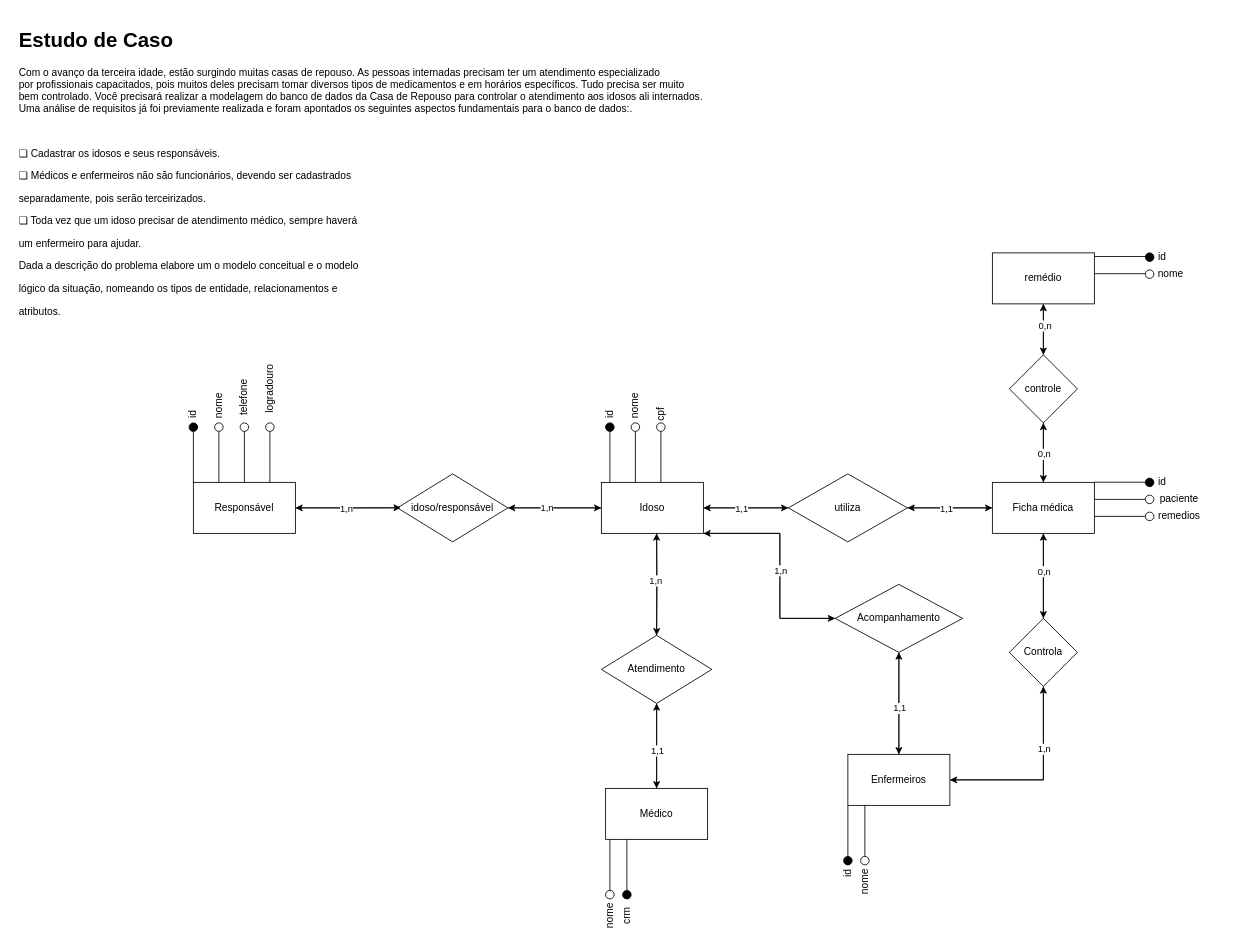
Above: :rocket: add md_aula4.drawio in deppbrazil/data-modeling (draw.io), before the change. Source tidied: cells renumbered, new cells numbered last; positions are measured from the earlier drawing's top-left corner, leaving out a move shared by most shapes. Both pictures are drawn from the tidied source at 85%, with x=0, y=0 at pixel (14, 23).
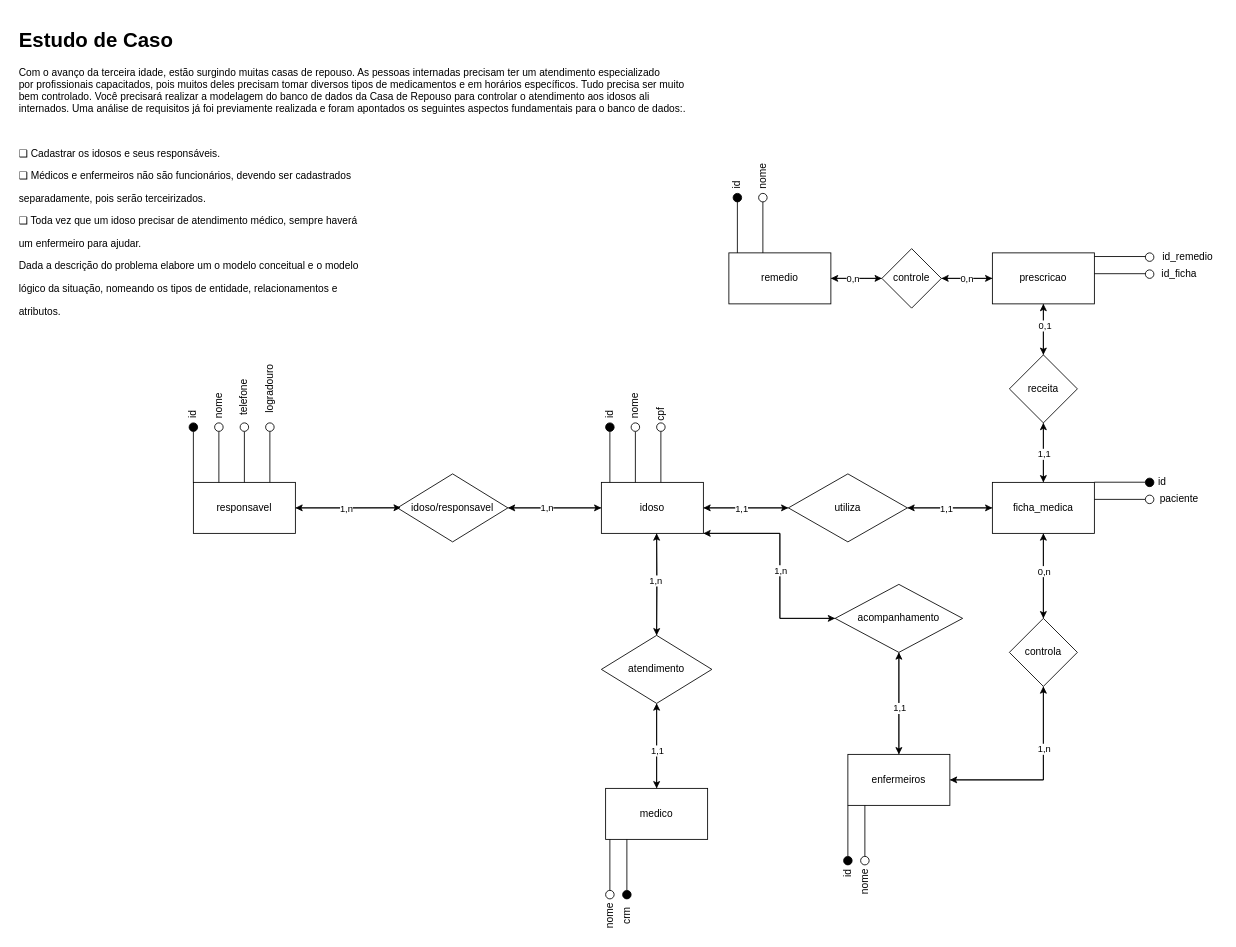
The same diagram, later.

The change refers to these unchanged cells:
```xml
<mxCell id="74" style="edgeStyle=orthogonalEdgeStyle;rounded=0;jettySize=auto;html=1;entryX=0.5;entryY=0;entryDx=0;entryDy=0;" parent="1" edge="1" source="76" target="16">
  <mxGeometry relative="1" as="geometry" />
</mxCell>
<mxCell id="77" style="edgeStyle=orthogonalEdgeStyle;rounded=0;jettySize=auto;html=1;entryX=0.5;entryY=0;entryDx=0;entryDy=0;" parent="1" edge="1" source="79" target="76">
  <mxGeometry relative="1" as="geometry" />
</mxCell>
```

Diff of the diagram source:
```diff
@@
     <mxCell id="3" value="&lt;h1&gt;Estudo de Caso&lt;/h1&gt;&lt;p&gt;Com o avanço da terceira idade, estão surgindo muitas casas de repouso. As&amp;nbsp;&lt;span&gt;pessoas internadas precisam ter um atendimento especializado por&amp;nbsp;&lt;/span&gt;&lt;span&gt;profissionais capacitados, pois muitos deles precisam tomar diversos tipos de&amp;nbsp;&lt;/span&gt;&lt;span&gt;medicamentos e em horários específicos. Tudo precisa ser muito bem&amp;nbsp;&lt;/span&gt;&lt;span&gt;controlado. Você precisará realizar a modelagem do banco de dados da Casa&amp;nbsp;&lt;/span&gt;&lt;span&gt;de Repouso para controlar o atendimento aos idosos ali internados. Uma&amp;nbsp;&lt;/span&gt;&lt;span&gt;análise de requisitos já foi previamente realizada e foram apontados os&amp;nbsp;&lt;/span&gt;&lt;span&gt;seguintes aspectos fundamentais para o banco de dados:&lt;/span&gt;&lt;span&gt;.&lt;/span&gt;&lt;/p&gt;&lt;p&gt;&lt;span&gt;&lt;br&gt;&lt;/span&gt;&lt;/p&gt;&lt;p&gt;❑ Cadastrar os idosos e seus responsáveis.&lt;/p&gt;&lt;p&gt;❑ Médicos e enfermeiros não são funcionários, devendo ser cadastrados&lt;/p&gt;&lt;p&gt;separadamente, pois serão terceirizados.&lt;/p&gt;&lt;p&gt;❑ Toda vez que um idoso precisar de atendimento médico, sempre haverá&lt;/p&gt;&lt;p&gt;um enfermeiro para ajudar.&lt;/p&gt;&lt;p&gt;Dada a descrição do problema elabore um o modelo conceitual e o modelo&lt;/p&gt;&lt;p&gt;lógico da situação, nomeando os tipos de entidade, relacionamentos e&lt;/p&gt;&lt;p&gt;&lt;/p&gt;&lt;p&gt;atributos.&lt;/p&gt;" style="text;html=1;strokeColor=none;fillColor=none;spacing=5;spacingTop=-20;whiteSpace=wrap;overflow=hidden;rounded=0;" parent="1" vertex="1">
-      <mxGeometry width="840" height="350" as="geometry" />
+      <mxGeometry width="810" height="350" as="geometry" />
     </mxCell>
@@
-    <mxCell id="6" value="Idoso" style="rounded=0;whiteSpace=wrap;html=1;" parent="1" vertex="1">
+    <mxCell id="6" value="idoso" style="rounded=0;whiteSpace=wrap;html=1;" parent="1" vertex="1">
       <mxGeometry x="690" y="540" width="120" height="60" as="geometry" />
     </mxCell>
@@
-    <mxCell id="16" value="Ficha médica" style="whiteSpace=wrap;html=1;rounded=0;" parent="1" vertex="1">
+    <mxCell id="16" value="ficha_medica" style="whiteSpace=wrap;html=1;rounded=0;" parent="1" vertex="1">
       <mxGeometry x="1150" y="540" width="120" height="60" as="geometry" />
     </mxCell>
@@
-    <mxCell id="18" value="Médico" style="rounded=0;whiteSpace=wrap;html=1;" parent="1" vertex="1">
+    <mxCell id="18" value="medico" style="rounded=0;whiteSpace=wrap;html=1;" parent="1" vertex="1">
       <mxGeometry x="695" y="900" width="120" height="60" as="geometry" />
     </mxCell>
@@
-    <mxCell id="23" value="Atendimento" style="rhombus;whiteSpace=wrap;html=1;rounded=0;" parent="1" vertex="1">
+    <mxCell id="23" value="atendimento" style="rhombus;whiteSpace=wrap;html=1;rounded=0;" parent="1" vertex="1">
       <mxGeometry x="690" y="720" width="130" height="80" as="geometry" />
     </mxCell>
@@
-    <mxCell id="26" value="Enfermeiros" style="rounded=0;whiteSpace=wrap;html=1;" parent="1" vertex="1">
+    <mxCell id="26" value="enfermeiros" style="rounded=0;whiteSpace=wrap;html=1;" parent="1" vertex="1">
       <mxGeometry x="980" y="860" width="120" height="60" as="geometry" />
     </mxCell>
@@
-    <mxCell id="30" value="Acompanhamento" style="rhombus;whiteSpace=wrap;html=1;rounded=0;" parent="1" vertex="1">
+    <mxCell id="30" value="acompanhamento" style="rhombus;whiteSpace=wrap;html=1;rounded=0;" parent="1" vertex="1">
       <mxGeometry x="965" y="660" width="150" height="80" as="geometry" />
     </mxCell>
@@
-    <mxCell id="34" value="&lt;span&gt;idoso/responsável&lt;/span&gt;" style="rhombus;whiteSpace=wrap;html=1;rounded=0;" parent="1" vertex="1">
+    <mxCell id="34" value="&lt;span&gt;idoso/responsavel&lt;/span&gt;" style="rhombus;whiteSpace=wrap;html=1;rounded=0;" parent="1" vertex="1">
       <mxGeometry x="450" y="530" width="130" height="80" as="geometry" />
     </mxCell>
@@
-    <mxCell id="37" value="&lt;span&gt;Responsável&lt;/span&gt;" style="whiteSpace=wrap;html=1;rounded=0;" parent="1" vertex="1">
+    <mxCell id="37" value="&lt;span&gt;responsavel&lt;/span&gt;" style="whiteSpace=wrap;html=1;rounded=0;" parent="1" vertex="1">
       <mxGeometry x="210" y="540" width="120" height="60" as="geometry" />
     </mxCell>
@@
-    <mxCell id="42" value="Controla" style="rhombus;whiteSpace=wrap;html=1;rounded=0;" parent="1" vertex="1">
+    <mxCell id="42" value="controla" style="rhombus;whiteSpace=wrap;html=1;rounded=0;" parent="1" vertex="1">
       <mxGeometry x="1170" y="700" width="80" height="80" as="geometry" />
     </mxCell>
@@
-    <mxCell id="71" style="endArrow=none;html=1;" parent="1" edge="1">
-      <mxGeometry relative="1" as="geometry">
-        <mxPoint x="1270" y="580" as="sourcePoint" />
-        <mxPoint x="1330" y="580" as="targetPoint" />
-      </mxGeometry>
-    </mxCell>
-    <mxCell id="72" value="remedios" style="text;html=1;strokeColor=none;fillColor=none;align=center;verticalAlign=middle;whiteSpace=wrap;rounded=0;" parent="1" vertex="1">
-      <mxGeometry x="1350" y="570" width="40" height="20" as="geometry" />
-    </mxCell>
@@
-    <mxCell id="75" value="0,n" style="edgeLabel;html=1;align=center;verticalAlign=middle;" parent="74" vertex="1">
+    <mxCell id="75" value="1,1" style="edgeLabel;html=1;align=center;verticalAlign=middle;" parent="74" vertex="1">
       <mxGeometry x="0.13" y="2" relative="1" as="geometry">
         <mxPoint x="-2" y="-3.7" as="offset" />
       </mxGeometry>
     </mxCell>
-    <mxCell id="76" value="controle" style="rhombus;whiteSpace=wrap;html=1;rounded=0;" parent="1" vertex="1">
+    <mxCell id="76" value="receita" style="rhombus;whiteSpace=wrap;html=1;rounded=0;" parent="1" vertex="1">
       <mxGeometry x="1170" y="390" width="80" height="80" as="geometry" />
     </mxCell>
@@
-    <mxCell id="78" value="0,n" style="edgeLabel;html=1;align=center;verticalAlign=middle;" parent="77" vertex="1">
+    <mxCell id="78" value="0,1" style="edgeLabel;html=1;align=center;verticalAlign=middle;" parent="77" vertex="1">
       <mxGeometry x="-0.16" y="1" relative="1" as="geometry" />
     </mxCell>
+    <mxCell id="99" style="edgeStyle=orthogonalEdgeStyle;rounded=0;jettySize=auto;html=1;" parent="1" edge="1" source="79" target="112">
+      <mxGeometry relative="1" as="geometry" />
+    </mxCell>
-    <mxCell id="79" value="remédio" style="whiteSpace=wrap;html=1;rounded=0;" parent="1" vertex="1">
+    <mxCell id="79" value="prescricao" style="whiteSpace=wrap;html=1;rounded=0;" parent="1" vertex="1">
       <mxGeometry x="1150" y="270" width="120" height="60" as="geometry" />
     </mxCell>
@@
-    <mxCell id="81" value="id" style="text;html=1;strokeColor=none;fillColor=none;align=center;verticalAlign=middle;whiteSpace=wrap;rounded=0;" parent="1" vertex="1">
-      <mxGeometry x="1330" y="265" width="40" height="20" as="geometry" />
+    <mxCell id="81" value="id_remedio" style="text;html=1;strokeColor=none;fillColor=none;align=center;verticalAlign=middle;whiteSpace=wrap;rounded=0;" parent="1" vertex="1">
+      <mxGeometry x="1340" y="265" width="80" height="20" as="geometry" />
     </mxCell>
@@
-    <mxCell id="83" value="nome" style="text;html=1;strokeColor=none;fillColor=none;align=center;verticalAlign=middle;whiteSpace=wrap;rounded=0;" parent="1" vertex="1">
-      <mxGeometry x="1340" y="285" width="40" height="20" as="geometry" />
+    <mxCell id="83" value="id_ficha" style="text;html=1;strokeColor=none;fillColor=none;align=center;verticalAlign=middle;whiteSpace=wrap;rounded=0;" parent="1" vertex="1">
+      <mxGeometry x="1350" y="285" width="40" height="20" as="geometry" />
     </mxCell>
-    <mxCell id="84" style="ellipse;whiteSpace=wrap;html=1;fillColor=#000000;" parent="1" vertex="1">
-      <mxGeometry x="1330" y="270" width="10" height="10" as="geometry" />
-    </mxCell>
@@
-    <mxCell id="88" style="ellipse;whiteSpace=wrap;html=1;" parent="1" vertex="1">
-      <mxGeometry x="1330" y="575" width="10" height="10" as="geometry" />
-    </mxCell>
@@
+    <mxCell id="100" style="edgeStyle=orthogonalEdgeStyle;rounded=0;jettySize=auto;html=1;entryX=0;entryY=0.5;entryDx=0;entryDy=0;" parent="1" edge="1" source="101" target="112">
+      <mxGeometry relative="1" as="geometry" />
+    </mxCell>
+    <mxCell id="101" value="remedio" style="whiteSpace=wrap;html=1;rounded=0;" parent="1" vertex="1">
+      <mxGeometry x="840" y="270" width="120" height="60" as="geometry" />
+    </mxCell>
+    <mxCell id="102" style="endArrow=none;html=1;" parent="1" edge="1">
+      <mxGeometry relative="1" as="geometry">
+        <mxPoint x="850" y="270" as="sourcePoint" />
+        <mxPoint x="850" y="210" as="targetPoint" />
+      </mxGeometry>
+    </mxCell>
+    <mxCell id="103" value="id" style="text;html=1;strokeColor=none;fillColor=none;align=center;verticalAlign=middle;whiteSpace=wrap;rounded=0;rotation=-90;" parent="1" vertex="1">
+      <mxGeometry x="830" y="180" width="40" height="20" as="geometry" />
+    </mxCell>
+    <mxCell id="104" style="endArrow=none;html=1;" parent="1" edge="1">
+      <mxGeometry relative="1" as="geometry">
+        <mxPoint x="880" y="270" as="sourcePoint" />
+        <mxPoint x="880" y="210" as="targetPoint" />
+      </mxGeometry>
+    </mxCell>
+    <mxCell id="105" value="nome" style="text;html=1;strokeColor=none;fillColor=none;align=center;verticalAlign=middle;whiteSpace=wrap;rounded=0;rotation=-90;" parent="1" vertex="1">
+      <mxGeometry x="860" y="170" width="40" height="20" as="geometry" />
+    </mxCell>
+    <mxCell id="106" style="ellipse;whiteSpace=wrap;html=1;fillColor=#000000;" parent="1" vertex="1">
+      <mxGeometry x="845" y="200" width="10" height="10" as="geometry" />
+    </mxCell>
+    <mxCell id="107" style="ellipse;whiteSpace=wrap;html=1;" parent="1" vertex="1">
+      <mxGeometry x="875" y="200" width="10" height="10" as="geometry" />
+    </mxCell>
+    <mxCell id="108" style="edgeStyle=orthogonalEdgeStyle;rounded=0;jettySize=auto;html=1;entryX=0;entryY=0.5;entryDx=0;entryDy=0;" parent="1" edge="1" source="112" target="79">
+      <mxGeometry relative="1" as="geometry" />
+    </mxCell>
+    <mxCell id="109" value="0,n" style="edgeLabel;html=1;align=center;verticalAlign=middle;" parent="108" vertex="1">
+      <mxGeometry x="-0.2" y="-1" relative="1" as="geometry">
+        <mxPoint x="5.8" y="-1" as="offset" />
+      </mxGeometry>
+    </mxCell>
+    <mxCell id="110" style="edgeStyle=orthogonalEdgeStyle;rounded=0;jettySize=auto;html=1;entryX=1;entryY=0.5;entryDx=0;entryDy=0;" parent="1" edge="1" source="112" target="101">
+      <mxGeometry relative="1" as="geometry">
+        <Array as="points">
+          <mxPoint x="1000" y="300" />
+          <mxPoint x="1000" y="300" />
+        </Array>
+      </mxGeometry>
+    </mxCell>
+    <mxCell id="111" value="0,n" style="edgeLabel;html=1;align=center;verticalAlign=middle;" parent="110" vertex="1">
+      <mxGeometry x="0.21" relative="1" as="geometry">
+        <mxPoint x="1.3" as="offset" />
+      </mxGeometry>
+    </mxCell>
+    <mxCell id="112" value="controle" style="rhombus;whiteSpace=wrap;html=1;rounded=0;" parent="1" vertex="1">
+      <mxGeometry x="1020" y="265" width="70" height="70" as="geometry" />
+    </mxCell>
+    <mxCell id="113" style="ellipse;whiteSpace=wrap;html=1;" parent="1" vertex="1">
+      <mxGeometry x="1330" y="270" width="10" height="10" as="geometry" />
+    </mxCell>
```
